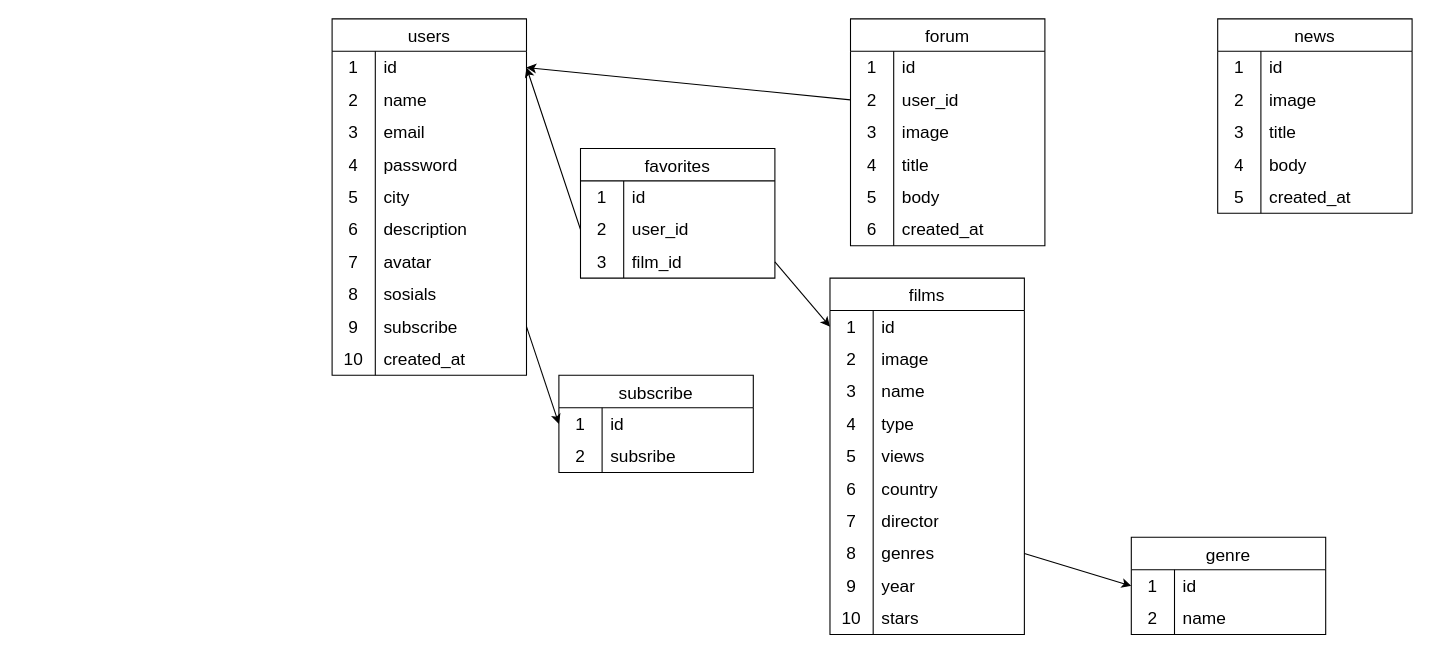
Above: api/src/database/database.drawio in BlackDarkes/MultiCinema (draw.io), before the change. Source tidied: cells renumbered, new cells numbered last; positions are measured from the earlier drawing's top-left corner, leaving out a move shared by most shapes. Both pictures are drawn from the tidied source at 108%, with x=0, y=0 at pixel (332, 18).
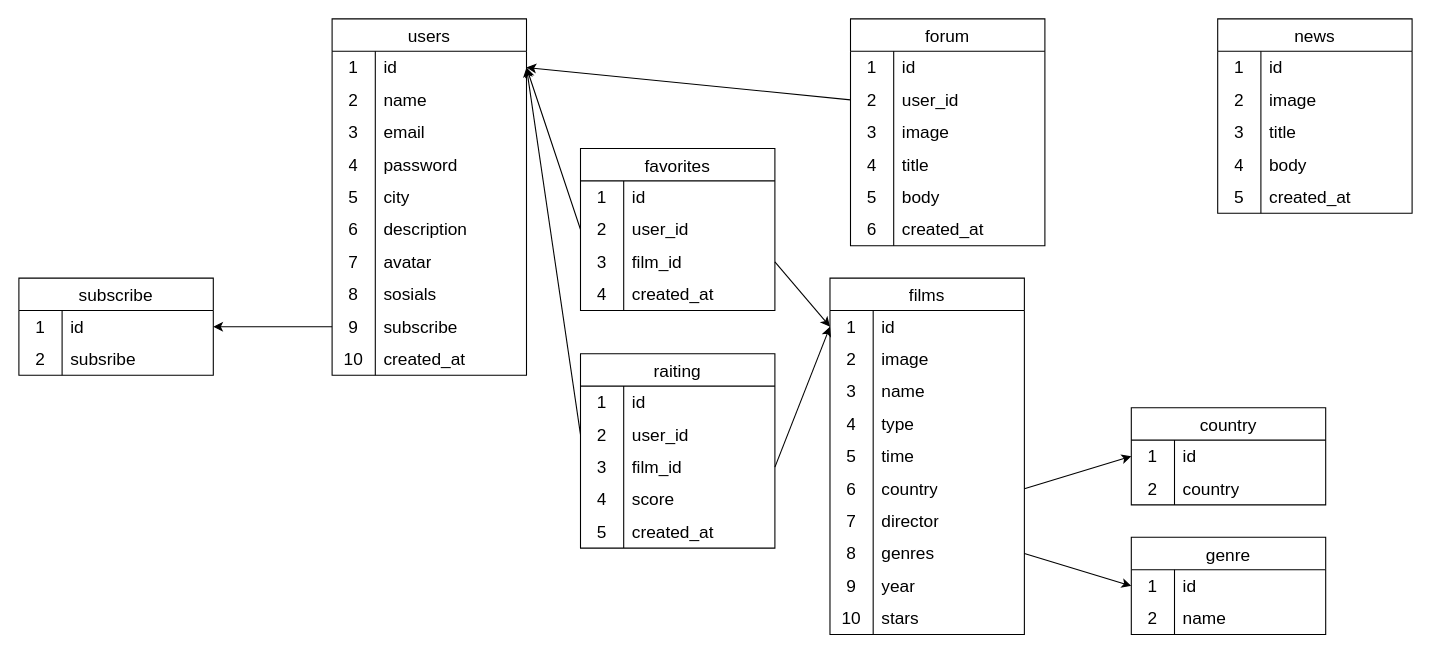
After the change.

Unchanged cells that the change refers to:
```xml
<mxCell id="3" style="shape=tableRow;horizontal=0;startSize=0;swimlaneHead=0;swimlaneBody=0;top=0;left=0;bottom=0;right=0;fillColor=none;points=[[0,0.5],[1,0.5]];portConstraint=eastwest;strokeColor=inherit;fontSize=16;" parent="2" vertex="1">
  <mxGeometry y="30" width="180" height="30" as="geometry" />
</mxCell>
<mxCell id="27" style="shape=tableRow;horizontal=0;startSize=0;swimlaneHead=0;swimlaneBody=0;top=0;left=0;bottom=0;right=0;fillColor=none;points=[[0,0.5],[1,0.5]];portConstraint=eastwest;strokeColor=inherit;fontSize=16;" parent="2" vertex="1">
  <mxGeometry y="270" width="180" height="30" as="geometry" />
</mxCell>
<mxCell id="34" style="shape=tableRow;horizontal=0;startSize=0;swimlaneHead=0;swimlaneBody=0;top=0;left=0;bottom=0;right=0;fillColor=none;points=[[0,0.5],[1,0.5]];portConstraint=eastwest;strokeColor=inherit;fontSize=16;" parent="33" vertex="1">
  <mxGeometry y="30" width="180" height="30" as="geometry" />
</mxCell>
<mxCell id="52" style="shape=tableRow;horizontal=0;startSize=0;swimlaneHead=0;swimlaneBody=0;top=0;left=0;bottom=0;right=0;fillColor=none;points=[[0,0.5],[1,0.5]];portConstraint=eastwest;strokeColor=inherit;fontSize=16;" parent="51" vertex="1">
  <mxGeometry y="30" width="180" height="30" as="geometry" />
</mxCell>
<mxCell id="64" style="shape=tableRow;horizontal=0;startSize=0;swimlaneHead=0;swimlaneBody=0;top=0;left=0;bottom=0;right=0;fillColor=none;strokeColor=inherit;fontSize=16;" parent="51" vertex="1">
  <mxGeometry y="150" width="180" height="30" as="geometry" />
</mxCell>
<mxCell id="67" style="shape=tableRow;horizontal=0;startSize=0;swimlaneHead=0;swimlaneBody=0;top=0;left=0;bottom=0;right=0;fillColor=none;points=[[0,0.5],[1,0.5]];portConstraint=eastwest;strokeColor=inherit;fontSize=16;" parent="51" vertex="1">
  <mxGeometry y="180" width="180" height="30" as="geometry" />
</mxCell>
```

Change to the diagram source:
```diff
@@
     <mxCell id="33" value="subscribe" style="shape=table;startSize=30;childLayout=tableLayout;rowLines=0;fontStyle=0;strokeColor=default;fontSize=16;" parent="1" vertex="1">
-      <mxGeometry x="210" y="330" width="180" height="90" as="geometry" />
+      <mxGeometry x="-290" y="240" width="180" height="90" as="geometry" />
     </mxCell>
@@
-    <mxCell id="40" style="edgeStyle=none;html=1;exitX=1;exitY=0.5;exitDx=0;exitDy=0;entryX=0;entryY=0.5;entryDx=0;entryDy=0;" parent="1" edge="1" source="27" target="34">
+    <mxCell id="40" style="edgeStyle=none;html=1;exitX=0;exitY=0.5;exitDx=0;exitDy=0;entryX=1;entryY=0.5;entryDx=0;entryDy=0;" parent="1" edge="1" source="27" target="34">
       <mxGeometry relative="1" as="geometry" />
     </mxCell>
     <mxCell id="41" value="favorites" style="shape=table;startSize=30;childLayout=tableLayout;rowLines=0;fontStyle=0;strokeColor=default;fontSize=16;" parent="1" vertex="1">
-      <mxGeometry x="230" y="120" width="180" height="120" as="geometry" />
+      <mxGeometry x="230" y="120" width="180" height="150" as="geometry" />
     </mxCell>
@@
+    <mxCell id="128" style="shape=tableRow;horizontal=0;startSize=0;swimlaneHead=0;swimlaneBody=0;top=0;left=0;bottom=0;right=0;fillColor=none;strokeColor=inherit;fontSize=16;" parent="41" vertex="1">
+      <mxGeometry y="120" width="180" height="30" as="geometry" />
+    </mxCell>
+    <mxCell id="129" value="4" style="shape=partialRectangle;html=1;whiteSpace=wrap;fillColor=none;top=0;left=0;bottom=0;right=0;overflow=hidden;strokeColor=inherit;fontSize=16;" parent="128" vertex="1">
+      <mxGeometry width="40" height="30" as="geometry" />
+    </mxCell>
+    <mxCell id="130" value="created_at" style="shape=partialRectangle;html=1;whiteSpace=wrap;fillColor=none;top=0;left=0;bottom=0;right=0;align=left;spacingLeft=6;overflow=hidden;strokeColor=inherit;fontSize=16;" parent="128" vertex="1">
+      <mxGeometry x="40" width="140" height="30" as="geometry" />
+    </mxCell>
@@
-    <mxCell id="66" value="views" style="shape=partialRectangle;html=1;whiteSpace=wrap;fillColor=none;top=0;left=0;bottom=0;right=0;align=left;spacingLeft=6;overflow=hidden;strokeColor=inherit;fontSize=16;" parent="64" vertex="1">
+    <mxCell id="66" value="time" style="shape=partialRectangle;html=1;whiteSpace=wrap;fillColor=none;top=0;left=0;bottom=0;right=0;align=left;spacingLeft=6;overflow=hidden;strokeColor=inherit;fontSize=16;" parent="64" vertex="1">
       <mxGeometry x="40" width="140" height="30" as="geometry" />
     </mxCell>
@@
+    <mxCell id="131" value="country" style="shape=table;startSize=30;childLayout=tableLayout;rowLines=0;fontStyle=0;strokeColor=default;fontSize=16;" parent="1" vertex="1">
+      <mxGeometry x="740" y="360" width="180" height="90" as="geometry" />
+    </mxCell>
+    <mxCell id="132" style="shape=tableRow;horizontal=0;startSize=0;swimlaneHead=0;swimlaneBody=0;top=0;left=0;bottom=0;right=0;fillColor=none;points=[[0,0.5],[1,0.5]];portConstraint=eastwest;strokeColor=inherit;fontSize=16;" parent="131" vertex="1">
+      <mxGeometry y="30" width="180" height="30" as="geometry" />
+    </mxCell>
+    <mxCell id="133" value="1" style="shape=partialRectangle;html=1;whiteSpace=wrap;fillColor=none;top=0;left=0;bottom=0;right=0;overflow=hidden;strokeColor=inherit;fontSize=16;" parent="132" vertex="1">
+      <mxGeometry width="40" height="30" as="geometry" />
+    </mxCell>
+    <mxCell id="134" value="id" style="shape=partialRectangle;html=1;whiteSpace=wrap;fillColor=none;top=0;left=0;bottom=0;right=0;align=left;spacingLeft=6;overflow=hidden;strokeColor=inherit;fontSize=16;" parent="132" vertex="1">
+      <mxGeometry x="40" width="140" height="30" as="geometry" />
+    </mxCell>
+    <mxCell id="135" style="shape=tableRow;horizontal=0;startSize=0;swimlaneHead=0;swimlaneBody=0;top=0;left=0;bottom=0;right=0;fillColor=none;strokeColor=inherit;fontSize=16;" parent="131" vertex="1">
+      <mxGeometry y="60" width="180" height="30" as="geometry" />
+    </mxCell>
+    <mxCell id="136" value="2" style="shape=partialRectangle;html=1;whiteSpace=wrap;fillColor=none;top=0;left=0;bottom=0;right=0;overflow=hidden;strokeColor=inherit;fontSize=16;" parent="135" vertex="1">
+      <mxGeometry width="40" height="30" as="geometry" />
+    </mxCell>
+    <mxCell id="137" value="country" style="shape=partialRectangle;html=1;whiteSpace=wrap;fillColor=none;top=0;left=0;bottom=0;right=0;align=left;spacingLeft=6;overflow=hidden;strokeColor=inherit;fontSize=16;" parent="135" vertex="1">
+      <mxGeometry x="40" width="140" height="30" as="geometry" />
+    </mxCell>
+    <mxCell id="138" style="edgeStyle=none;html=1;exitX=1;exitY=0.5;exitDx=0;exitDy=0;entryX=0;entryY=0.5;entryDx=0;entryDy=0;" parent="1" edge="1" source="67" target="132">
+      <mxGeometry relative="1" as="geometry" />
+    </mxCell>
+    <mxCell id="139" value="raiting" style="shape=table;startSize=30;childLayout=tableLayout;rowLines=0;fontStyle=0;strokeColor=default;fontSize=16;" parent="1" vertex="1">
+      <mxGeometry x="230" y="310" width="180" height="180" as="geometry" />
+    </mxCell>
+    <mxCell id="140" style="shape=tableRow;horizontal=0;startSize=0;swimlaneHead=0;swimlaneBody=0;top=0;left=0;bottom=0;right=0;fillColor=none;strokeColor=inherit;fontSize=16;" parent="139" vertex="1">
+      <mxGeometry y="30" width="180" height="30" as="geometry" />
+    </mxCell>
+    <mxCell id="141" value="1" style="shape=partialRectangle;html=1;whiteSpace=wrap;fillColor=none;top=0;left=0;bottom=0;right=0;overflow=hidden;strokeColor=inherit;fontSize=16;" parent="140" vertex="1">
+      <mxGeometry width="40" height="30" as="geometry" />
+    </mxCell>
+    <mxCell id="142" value="id" style="shape=partialRectangle;html=1;whiteSpace=wrap;fillColor=none;top=0;left=0;bottom=0;right=0;align=left;spacingLeft=6;overflow=hidden;strokeColor=inherit;fontSize=16;" parent="140" vertex="1">
+      <mxGeometry x="40" width="140" height="30" as="geometry" />
+    </mxCell>
+    <mxCell id="143" style="shape=tableRow;horizontal=0;startSize=0;swimlaneHead=0;swimlaneBody=0;top=0;left=0;bottom=0;right=0;fillColor=none;points=[[0,0.5],[1,0.5]];portConstraint=eastwest;strokeColor=inherit;fontSize=16;" parent="139" vertex="1">
+      <mxGeometry y="60" width="180" height="30" as="geometry" />
+    </mxCell>
+    <mxCell id="144" value="2" style="shape=partialRectangle;html=1;whiteSpace=wrap;fillColor=none;top=0;left=0;bottom=0;right=0;overflow=hidden;strokeColor=inherit;fontSize=16;" parent="143" vertex="1">
+      <mxGeometry width="40" height="30" as="geometry" />
+    </mxCell>
+    <mxCell id="145" value="user_id" style="shape=partialRectangle;html=1;whiteSpace=wrap;fillColor=none;top=0;left=0;bottom=0;right=0;align=left;spacingLeft=6;overflow=hidden;strokeColor=inherit;fontSize=16;" parent="143" vertex="1">
+      <mxGeometry x="40" width="140" height="30" as="geometry" />
+    </mxCell>
+    <mxCell id="146" style="shape=tableRow;horizontal=0;startSize=0;swimlaneHead=0;swimlaneBody=0;top=0;left=0;bottom=0;right=0;fillColor=none;points=[[0,0.5],[1,0.5]];portConstraint=eastwest;strokeColor=inherit;fontSize=16;" parent="139" vertex="1">
+      <mxGeometry y="90" width="180" height="30" as="geometry" />
+    </mxCell>
+    <mxCell id="147" value="3" style="shape=partialRectangle;html=1;whiteSpace=wrap;fillColor=none;top=0;left=0;bottom=0;right=0;overflow=hidden;strokeColor=inherit;fontSize=16;" parent="146" vertex="1">
+      <mxGeometry width="40" height="30" as="geometry" />
+    </mxCell>
+    <mxCell id="148" value="film_id" style="shape=partialRectangle;html=1;whiteSpace=wrap;fillColor=none;top=0;left=0;bottom=0;right=0;align=left;spacingLeft=6;overflow=hidden;strokeColor=inherit;fontSize=16;" parent="146" vertex="1">
+      <mxGeometry x="40" width="140" height="30" as="geometry" />
+    </mxCell>
+    <mxCell id="149" style="shape=tableRow;horizontal=0;startSize=0;swimlaneHead=0;swimlaneBody=0;top=0;left=0;bottom=0;right=0;fillColor=none;strokeColor=inherit;fontSize=16;" parent="139" vertex="1">
+      <mxGeometry y="120" width="180" height="30" as="geometry" />
+    </mxCell>
+    <mxCell id="150" value="4" style="shape=partialRectangle;html=1;whiteSpace=wrap;fillColor=none;top=0;left=0;bottom=0;right=0;overflow=hidden;strokeColor=inherit;fontSize=16;" parent="149" vertex="1">
+      <mxGeometry width="40" height="30" as="geometry" />
+    </mxCell>
+    <mxCell id="151" value="score" style="shape=partialRectangle;html=1;whiteSpace=wrap;fillColor=none;top=0;left=0;bottom=0;right=0;align=left;spacingLeft=6;overflow=hidden;strokeColor=inherit;fontSize=16;" parent="149" vertex="1">
+      <mxGeometry x="40" width="140" height="30" as="geometry" />
+    </mxCell>
+    <mxCell id="152" style="shape=tableRow;horizontal=0;startSize=0;swimlaneHead=0;swimlaneBody=0;top=0;left=0;bottom=0;right=0;fillColor=none;strokeColor=inherit;fontSize=16;" parent="139" vertex="1">
+      <mxGeometry y="150" width="180" height="30" as="geometry" />
+    </mxCell>
+    <mxCell id="153" value="5" style="shape=partialRectangle;html=1;whiteSpace=wrap;fillColor=none;top=0;left=0;bottom=0;right=0;overflow=hidden;strokeColor=inherit;fontSize=16;" parent="152" vertex="1">
+      <mxGeometry width="40" height="30" as="geometry" />
+    </mxCell>
+    <mxCell id="154" value="created_at" style="shape=partialRectangle;html=1;whiteSpace=wrap;fillColor=none;top=0;left=0;bottom=0;right=0;align=left;spacingLeft=6;overflow=hidden;strokeColor=inherit;fontSize=16;" parent="152" vertex="1">
+      <mxGeometry x="40" width="140" height="30" as="geometry" />
+    </mxCell>
+    <mxCell id="155" style="edgeStyle=none;html=1;exitX=0;exitY=0.5;exitDx=0;exitDy=0;entryX=1;entryY=0.5;entryDx=0;entryDy=0;" parent="1" edge="1" source="143" target="3">
+      <mxGeometry relative="1" as="geometry" />
+    </mxCell>
+    <mxCell id="156" style="edgeStyle=none;html=1;exitX=1;exitY=0.5;exitDx=0;exitDy=0;entryX=0;entryY=0.5;entryDx=0;entryDy=0;" parent="1" edge="1" source="146" target="52">
+      <mxGeometry relative="1" as="geometry" />
+    </mxCell>
```
